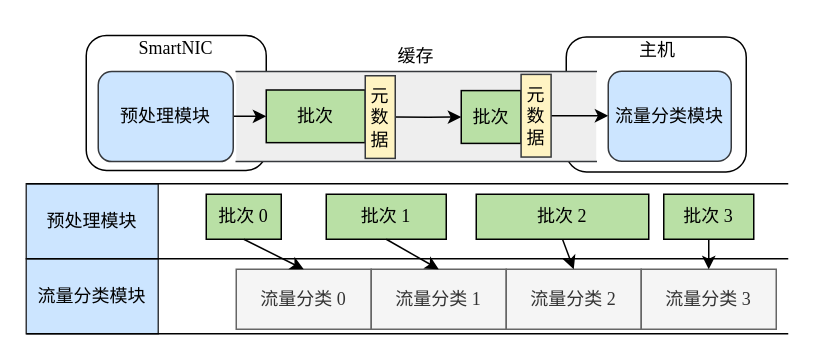
Above: page "第 4 页" (4 of 9) of Bakery 的副本.drawio in CHRIS123540/CHRIS123540 (draw.io), before the change. Source tidied: cells renumbered, new cells numbered last; positions are measured from the earlier drawing's top-left corner, leaving out a move shared by most shapes. Both pictures are drawn from the tidied source at 150%, with x=0, y=0 at pixel (26, 26).
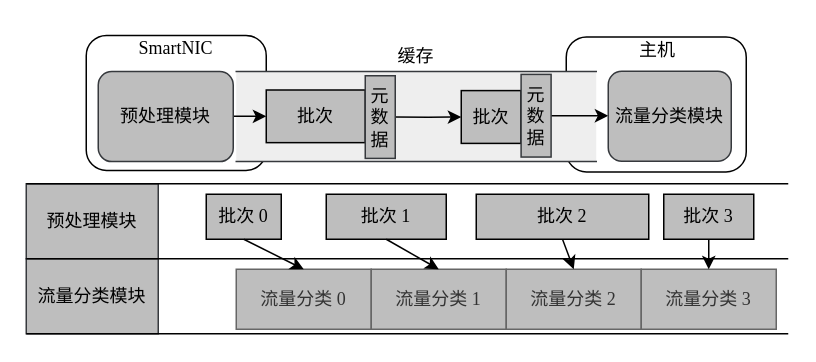
Above is the later version.

Diff of the diagram source:
```diff
@@
-    <mxCell id="5" value="批次" style="rounded=0;whiteSpace=wrap;html=1;fontFamily=Times New Roman;fontSize=12;fillColor=#B9E0A5;strokeColor=light-dark(#000000,#5C79A3);" parent="1" vertex="1">
+    <mxCell id="5" value="批次" style="rounded=0;whiteSpace=wrap;html=1;fontFamily=Times New Roman;fontSize=12;fillColor=#BEBEBE;strokeColor=light-dark(#000000,#5C79A3);" parent="1" vertex="1">
       <mxGeometry x="290" y="42.9" width="39.8" height="35.2" as="geometry" />
     </mxCell>
@@
-    <mxCell id="7" value="元数据" style="rounded=0;whiteSpace=wrap;html=1;horizontal=1;rotation=0;fontSize=12;fontFamily=Times New Roman;fillColor=#FFF4C3;strokeColor=#36393d;" parent="1" vertex="1">
+    <mxCell id="7" value="元数据" style="rounded=0;whiteSpace=wrap;html=1;horizontal=1;rotation=0;fontSize=12;fontFamily=Times New Roman;fillColor=#BEBEBE;strokeColor=#36393d;" parent="1" vertex="1">
       <mxGeometry x="329.9" y="32.1" width="20" height="55.1" as="geometry" />
     </mxCell>
-    <mxCell id="8" value="批次" style="rounded=0;whiteSpace=wrap;html=1;fontFamily=Times New Roman;fontSize=12;fillColor=#B9E0A5;strokeColor=light-dark(#000000,#5C79A3);" parent="1" vertex="1">
+    <mxCell id="8" value="批次" style="rounded=0;whiteSpace=wrap;html=1;fontFamily=Times New Roman;fontSize=12;fillColor=#BEBEBE;strokeColor=light-dark(#000000,#5C79A3);" parent="1" vertex="1">
       <mxGeometry x="160" y="42.5" width="66" height="35.1" as="geometry" />
     </mxCell>
@@
-    <mxCell id="10" value="预处理模块" style="rounded=1;whiteSpace=wrap;html=1;fillColor=#cce5ff;strokeColor=#36393d;fontFamily=Times New Roman;fontSize=12;" parent="1" vertex="1">
+    <mxCell id="10" value="预处理模块" style="rounded=1;whiteSpace=wrap;html=1;fillColor=#BEBEBE;strokeColor=#36393d;fontFamily=Times New Roman;fontSize=12;" parent="1" vertex="1">
       <mxGeometry x="48" y="30.2" width="90" height="60" as="geometry" />
     </mxCell>
-    <mxCell id="11" value="流量分类模块" style="rounded=1;whiteSpace=wrap;html=1;fillColor=#cce5ff;strokeColor=#36393d;fontFamily=Times New Roman;fontSize=12;" parent="1" vertex="1">
+    <mxCell id="11" value="流量分类模块" style="rounded=1;whiteSpace=wrap;html=1;fillColor=#BEBEBE;strokeColor=#36393d;fontFamily=Times New Roman;fontSize=12;" parent="1" vertex="1">
       <mxGeometry x="388" y="30" width="82" height="60" as="geometry" />
     </mxCell>
-    <mxCell id="12" value="预处理模块" style="rounded=0;whiteSpace=wrap;html=1;fillColor=#cce5ff;strokeColor=#36393d;fontFamily=Times New Roman;fontSize=12;" parent="1" vertex="1">
+    <mxCell id="12" value="预处理模块" style="rounded=0;whiteSpace=wrap;html=1;fillColor=#BEBEBE;strokeColor=#36393d;fontFamily=Times New Roman;fontSize=12;" parent="1" vertex="1">
       <mxGeometry y="105" width="88" height="50" as="geometry" />
     </mxCell>
-    <mxCell id="13" value="流量分类模块" style="rounded=0;whiteSpace=wrap;html=1;fillColor=#cce5ff;strokeColor=#36393d;fontFamily=Times New Roman;fontSize=12;" parent="1" vertex="1">
+    <mxCell id="13" value="流量分类模块" style="rounded=0;whiteSpace=wrap;html=1;fillColor=#BEBEBE;strokeColor=#36393d;fontFamily=Times New Roman;fontSize=12;" parent="1" vertex="1">
       <mxGeometry y="155" width="88" height="50" as="geometry" />
     </mxCell>
-    <mxCell id="14" value="批次 0" style="rounded=0;whiteSpace=wrap;html=1;fontFamily=Times New Roman;fontSize=12;fillColor=#B9E0A5;strokeColor=light-dark(#000000,#5C79A3);" parent="1" vertex="1">
+    <mxCell id="14" value="批次 0" style="rounded=0;whiteSpace=wrap;html=1;fontFamily=Times New Roman;fontSize=12;fillColor=#BEBEBE;strokeColor=light-dark(#000000,#5C79A3);" parent="1" vertex="1">
       <mxGeometry x="120" y="112" width="50" height="30" as="geometry" />
     </mxCell>
-    <mxCell id="15" value="批次 1" style="rounded=0;whiteSpace=wrap;html=1;fontFamily=Times New Roman;fontSize=12;fillColor=#B9E0A5;strokeColor=light-dark(#000000,#5C79A3);" parent="1" vertex="1">
+    <mxCell id="15" value="批次 1" style="rounded=0;whiteSpace=wrap;html=1;fontFamily=Times New Roman;fontSize=12;fillColor=#BEBEBE;strokeColor=light-dark(#000000,#5C79A3);" parent="1" vertex="1">
       <mxGeometry x="200" y="112" width="80" height="30" as="geometry" />
     </mxCell>
-    <mxCell id="16" value="批次 2" style="rounded=0;whiteSpace=wrap;html=1;fontFamily=Times New Roman;fontSize=12;fillColor=#B9E0A5;strokeColor=light-dark(#000000,#5C79A3);" parent="1" vertex="1">
+    <mxCell id="16" value="批次 2" style="rounded=0;whiteSpace=wrap;html=1;fontFamily=Times New Roman;fontSize=12;fillColor=#BEBEBE;strokeColor=light-dark(#000000,#5C79A3);" parent="1" vertex="1">
       <mxGeometry x="300" y="112" width="115" height="30" as="geometry" />
     </mxCell>
-    <mxCell id="17" value="批次 3" style="rounded=0;whiteSpace=wrap;html=1;fontFamily=Times New Roman;fontSize=12;fillColor=#B9E0A5;strokeColor=light-dark(#000000,#5C79A3);" parent="1" vertex="1">
+    <mxCell id="17" value="批次 3" style="rounded=0;whiteSpace=wrap;html=1;fontFamily=Times New Roman;fontSize=12;fillColor=#BEBEBE;strokeColor=light-dark(#000000,#5C79A3);" parent="1" vertex="1">
       <mxGeometry x="425" y="112" width="60" height="30" as="geometry" />
     </mxCell>
-    <mxCell id="18" value="流量分类 0" style="rounded=0;whiteSpace=wrap;html=1;fontFamily=Times New Roman;fontSize=12;fillColor=#f5f5f5;strokeColor=#666666;fontColor=#333333;" parent="1" vertex="1">
+    <mxCell id="18" value="流量分类 0" style="rounded=0;whiteSpace=wrap;html=1;fontFamily=Times New Roman;fontSize=12;fillColor=#BEBEBE;strokeColor=#666666;fontColor=#333333;" parent="1" vertex="1">
       <mxGeometry x="140" y="162" width="90" height="40" as="geometry" />
     </mxCell>
-    <mxCell id="19" value="流量分类 1" style="rounded=0;whiteSpace=wrap;html=1;fontFamily=Times New Roman;fontSize=12;fillColor=#f5f5f5;strokeColor=#666666;fontColor=#333333;" parent="1" vertex="1">
+    <mxCell id="19" value="流量分类 1" style="rounded=0;whiteSpace=wrap;html=1;fontFamily=Times New Roman;fontSize=12;fillColor=#BEBEBE;strokeColor=#666666;fontColor=#333333;" parent="1" vertex="1">
       <mxGeometry x="230" y="162" width="90" height="40" as="geometry" />
     </mxCell>
-    <mxCell id="20" value="流量分类 2" style="rounded=0;whiteSpace=wrap;html=1;fontFamily=Times New Roman;fontSize=12;fillColor=#f5f5f5;strokeColor=#666666;fontColor=#333333;" parent="1" vertex="1">
+    <mxCell id="20" value="流量分类 2" style="rounded=0;whiteSpace=wrap;html=1;fontFamily=Times New Roman;fontSize=12;fillColor=#BEBEBE;strokeColor=#666666;fontColor=#333333;" parent="1" vertex="1">
       <mxGeometry x="320" y="162" width="90" height="40" as="geometry" />
     </mxCell>
-    <mxCell id="21" value="流量分类 3" style="rounded=0;whiteSpace=wrap;html=1;fontFamily=Times New Roman;fontSize=12;fillColor=#f5f5f5;strokeColor=#666666;fontColor=#333333;" parent="1" vertex="1">
+    <mxCell id="21" value="流量分类 3" style="rounded=0;whiteSpace=wrap;html=1;fontFamily=Times New Roman;fontSize=12;fillColor=#BEBEBE;strokeColor=#666666;fontColor=#333333;" parent="1" vertex="1">
       <mxGeometry x="410" y="162" width="90" height="40" as="geometry" />
     </mxCell>
@@
-    <mxCell id="33" value="元数据" style="rounded=0;whiteSpace=wrap;html=1;horizontal=1;rotation=0;fontSize=12;fontFamily=Times New Roman;fillColor=#FFF4C3;strokeColor=#36393d;" parent="1" vertex="1">
+    <mxCell id="33" value="元数据" style="rounded=0;whiteSpace=wrap;html=1;horizontal=1;rotation=0;fontSize=12;fontFamily=Times New Roman;fillColor=#BEBEBE;strokeColor=#36393d;" parent="1" vertex="1">
       <mxGeometry x="226" y="33" width="20" height="55.1" as="geometry" />
     </mxCell>
```
